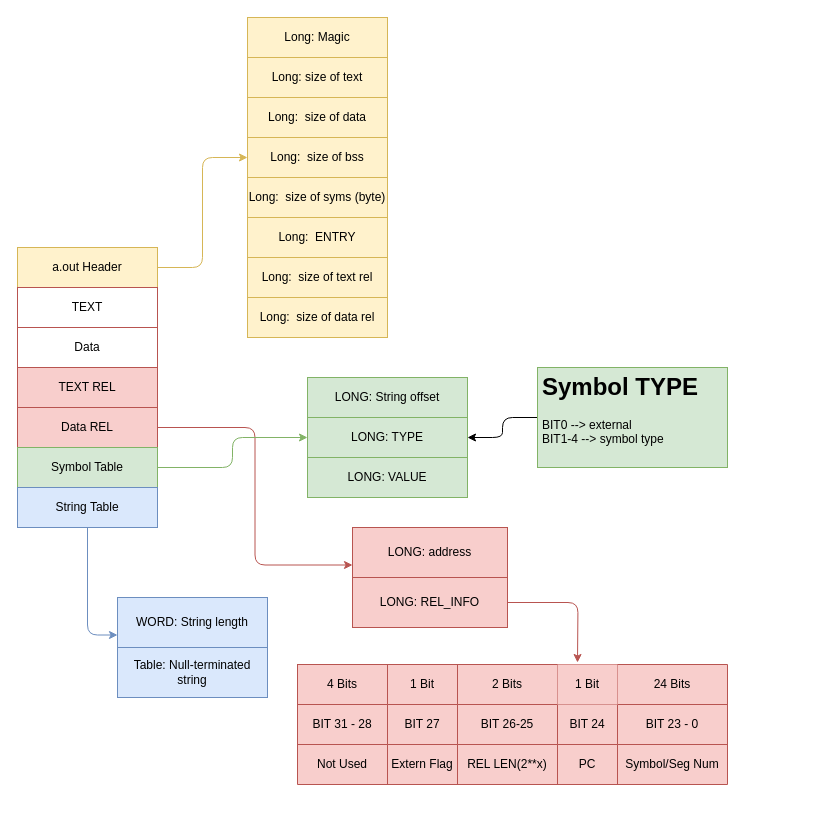
This is page "a.out_gcc140" (2 of 3) of course/images/a.out.drawio from tonywendy80/twOS, a draw.io file, before an edit. Source tidied: cells renumbered, new cells numbered last; positions are measured from the earlier drawing's top-left corner, leaving out a move shared by most shapes. Both pictures are drawn from the tidied source at 100%, with x=0, y=0 at pixel (17, 17).
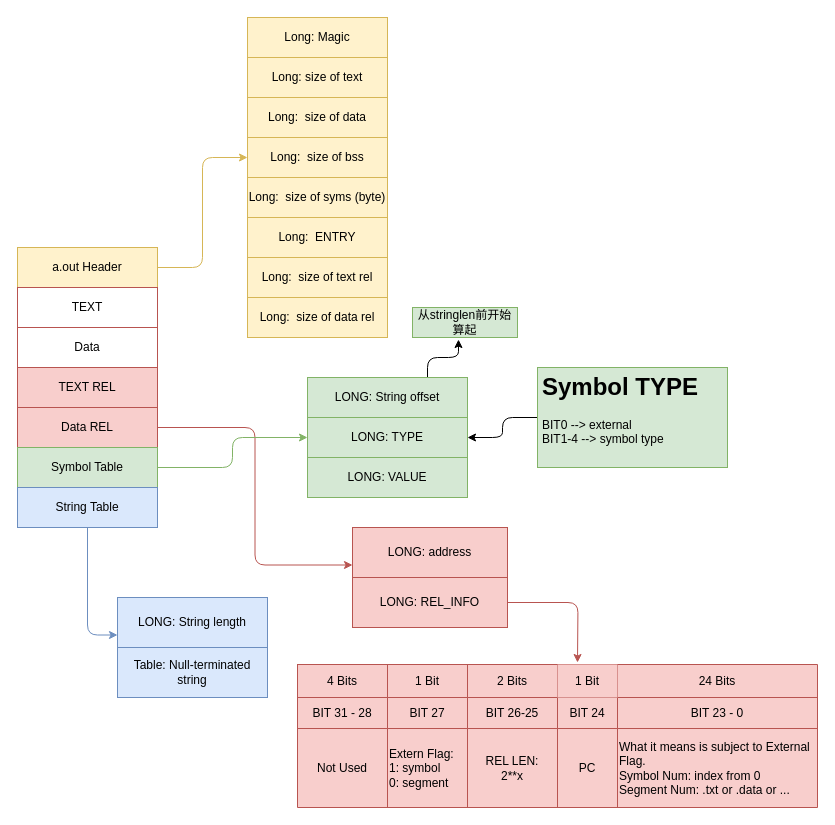
The same page after the edit.

Unchanged cells that the change refers to:
```xml
<mxCell id="22" value="LONG: String offset" style="rounded=0;whiteSpace=wrap;html=1;fontSize=12;strokeColor=#82b366;fillColor=#d5e8d4;" parent="1" vertex="1">
  <mxGeometry x="290" y="360" width="160" height="40" as="geometry" />
</mxCell>
```

The edit, as a diff of the source:
```diff
@@
+    <mxCell id="51" style="edgeStyle=orthogonalEdgeStyle;rounded=1;jettySize=auto;html=1;exitX=0.75;exitY=0;exitDx=0;exitDy=0;entryX=0.438;entryY=1.067;entryDx=0;entryDy=0;entryPerimeter=0;fontSize=12;" parent="1" edge="1" source="22" target="52">
+      <mxGeometry relative="1" as="geometry" />
+    </mxCell>
@@
-    <mxCell id="27" value="WORD: String length" style="rounded=0;whiteSpace=wrap;html=1;fontSize=12;strokeColor=#6c8ebf;fillColor=#dae8fc;" parent="1" vertex="1">
+    <mxCell id="27" value="LONG: String length" style="rounded=0;whiteSpace=wrap;html=1;fontSize=12;strokeColor=#6c8ebf;fillColor=#dae8fc;" parent="1" vertex="1">
       <mxGeometry x="100" y="580" width="150" height="50" as="geometry" />
     </mxCell>
@@
     <mxCell id="32" style="shape=table;html=1;whiteSpace=wrap;startSize=0;childLayout=tableLayout;fontSize=12;strokeColor=#b85450;fillColor=#f8cecc;" parent="1" vertex="1">
-      <mxGeometry x="280" y="647" width="430" height="120" as="geometry" />
+      <mxGeometry x="280" y="647" width="520" height="143" as="geometry" />
     </mxCell>
     <mxCell id="33" style="shape=tableRow;horizontal=0;startSize=0;swimlaneHead=0;swimlaneBody=0;top=0;left=0;bottom=0;right=0;fillColor=none;fontSize=12;strokeColor=#B85450;" parent="32" vertex="1">
-      <mxGeometry width="430" height="40" as="geometry" />
+      <mxGeometry width="520" height="33" as="geometry" />
     </mxCell>
     <mxCell id="34" value="4 Bits" style="shape=partialRectangle;html=1;whiteSpace=wrap;fillColor=none;top=0;left=0;bottom=0;right=0;overflow=hidden;fontSize=12;strokeColor=#B85450;" parent="33" vertex="1">
-      <mxGeometry width="90" height="40" as="geometry" />
+      <mxGeometry width="90" height="33" as="geometry" />
     </mxCell>
     <mxCell id="35" value="1 Bit" style="shape=partialRectangle;html=1;whiteSpace=wrap;fillColor=none;top=0;left=0;bottom=0;right=0;overflow=hidden;fontSize=12;strokeColor=#B85450;" parent="33" vertex="1">
-      <mxGeometry x="90" width="70" height="40" as="geometry" />
+      <mxGeometry x="90" width="80" height="33" as="geometry" />
     </mxCell>
     <mxCell id="36" value="2 Bits" style="shape=partialRectangle;html=1;whiteSpace=wrap;fillColor=none;top=0;left=0;bottom=0;right=0;overflow=hidden;fontSize=12;strokeColor=#B85450;" parent="33" vertex="1">
-      <mxGeometry x="160" width="100" height="40" as="geometry" />
+      <mxGeometry x="170" width="90" height="33" as="geometry" />
     </mxCell>
     <mxCell id="37" value="1 Bit" style="shape=partialRectangle;html=1;whiteSpace=wrap;fillColor=#f8cecc;top=0;left=0;bottom=0;right=0;overflow=hidden;fontSize=12;strokeColor=#b85450;" parent="33" vertex="1">
-      <mxGeometry x="260" width="60" height="40" as="geometry" />
+      <mxGeometry x="260" width="60" height="33" as="geometry" />
     </mxCell>
     <mxCell id="38" value="24 Bits" style="shape=partialRectangle;html=1;whiteSpace=wrap;fillColor=none;top=0;left=0;bottom=0;right=0;overflow=hidden;fontSize=12;strokeColor=#B85450;" parent="33" vertex="1">
-      <mxGeometry x="320" width="110" height="40" as="geometry" />
+      <mxGeometry x="320" width="200" height="33" as="geometry" />
     </mxCell>
     <mxCell id="39" style="shape=tableRow;horizontal=0;startSize=0;swimlaneHead=0;swimlaneBody=0;top=0;left=0;bottom=0;right=0;fillColor=none;fontSize=12;strokeColor=#B85450;" parent="32" vertex="1">
-      <mxGeometry y="40" width="430" height="40" as="geometry" />
+      <mxGeometry y="33" width="520" height="31" as="geometry" />
     </mxCell>
     <mxCell id="40" value="BIT 31 - 28" style="shape=partialRectangle;html=1;whiteSpace=wrap;fillColor=none;top=0;left=0;bottom=0;right=0;overflow=hidden;fontSize=12;strokeColor=#B85450;" parent="39" vertex="1">
-      <mxGeometry width="90" height="40" as="geometry" />
+      <mxGeometry width="90" height="31" as="geometry" />
     </mxCell>
     <mxCell id="41" value="BIT 27" style="shape=partialRectangle;html=1;whiteSpace=wrap;fillColor=none;top=0;left=0;bottom=0;right=0;overflow=hidden;fontSize=12;strokeColor=#B85450;" parent="39" vertex="1">
-      <mxGeometry x="90" width="70" height="40" as="geometry" />
+      <mxGeometry x="90" width="80" height="31" as="geometry" />
     </mxCell>
     <mxCell id="42" value="BIT 26-25" style="shape=partialRectangle;html=1;whiteSpace=wrap;fillColor=none;top=0;left=0;bottom=0;right=0;overflow=hidden;fontSize=12;strokeColor=#B85450;" parent="39" vertex="1">
-      <mxGeometry x="160" width="100" height="40" as="geometry" />
+      <mxGeometry x="170" width="90" height="31" as="geometry" />
     </mxCell>
     <mxCell id="43" value="BIT 24" style="shape=partialRectangle;html=1;whiteSpace=wrap;fillColor=none;top=0;left=0;bottom=0;right=0;overflow=hidden;fontSize=12;strokeColor=#B85450;" parent="39" vertex="1">
-      <mxGeometry x="260" width="60" height="40" as="geometry" />
+      <mxGeometry x="260" width="60" height="31" as="geometry" />
     </mxCell>
     <mxCell id="44" value="BIT 23 - 0" style="shape=partialRectangle;html=1;whiteSpace=wrap;fillColor=none;top=0;left=0;bottom=0;right=0;overflow=hidden;fontSize=12;strokeColor=#B85450;" parent="39" vertex="1">
-      <mxGeometry x="320" width="110" height="40" as="geometry" />
+      <mxGeometry x="320" width="200" height="31" as="geometry" />
     </mxCell>
     <mxCell id="45" style="shape=tableRow;horizontal=0;startSize=0;swimlaneHead=0;swimlaneBody=0;top=0;left=0;bottom=0;right=0;fillColor=none;fontSize=12;strokeColor=#B85450;" parent="32" vertex="1">
-      <mxGeometry y="80" width="430" height="40" as="geometry" />
+      <mxGeometry y="64" width="520" height="79" as="geometry" />
     </mxCell>
     <mxCell id="46" value="Not Used" style="shape=partialRectangle;html=1;whiteSpace=wrap;fillColor=none;top=0;left=0;bottom=0;right=0;overflow=hidden;fontSize=12;strokeColor=#B85450;" parent="45" vertex="1">
-      <mxGeometry width="90" height="40" as="geometry" />
+      <mxGeometry width="90" height="79" as="geometry" />
     </mxCell>
-    <mxCell id="47" value="Extern Flag" style="shape=partialRectangle;html=1;whiteSpace=wrap;fillColor=none;top=0;left=0;bottom=0;right=0;overflow=hidden;fontSize=12;strokeColor=#B85450;" parent="45" vertex="1">
-      <mxGeometry x="90" width="70" height="40" as="geometry" />
+    <mxCell id="47" value="Extern Flag:&lt;br&gt;1: symbol&lt;br&gt;&lt;div style=&quot;&quot;&gt;&lt;span style=&quot;background-color: initial;&quot;&gt;0: segment&lt;/span&gt;&lt;/div&gt;" style="shape=partialRectangle;html=1;whiteSpace=wrap;fillColor=none;top=0;left=0;bottom=0;right=0;overflow=hidden;fontSize=12;strokeColor=#B85450;align=left;" parent="45" vertex="1">
+      <mxGeometry x="90" width="80" height="79" as="geometry" />
     </mxCell>
-    <mxCell id="48" value="REL LEN(2**x)" style="shape=partialRectangle;html=1;whiteSpace=wrap;fillColor=none;top=0;left=0;bottom=0;right=0;overflow=hidden;fontSize=12;strokeColor=#B85450;" parent="45" vertex="1">
-      <mxGeometry x="160" width="100" height="40" as="geometry" />
+    <mxCell id="48" value="REL LEN: &lt;br&gt;2**x" style="shape=partialRectangle;html=1;whiteSpace=wrap;fillColor=none;top=0;left=0;bottom=0;right=0;overflow=hidden;fontSize=12;strokeColor=#B85450;" parent="45" vertex="1">
+      <mxGeometry x="170" width="90" height="79" as="geometry" />
     </mxCell>
     <mxCell id="49" value="PC" style="shape=partialRectangle;html=1;whiteSpace=wrap;fillColor=none;top=0;left=0;bottom=0;right=0;overflow=hidden;fontSize=12;strokeColor=#B85450;" parent="45" vertex="1">
-      <mxGeometry x="260" width="60" height="40" as="geometry" />
+      <mxGeometry x="260" width="60" height="79" as="geometry" />
     </mxCell>
-    <mxCell id="50" value="Symbol/Seg Num" style="shape=partialRectangle;html=1;whiteSpace=wrap;fillColor=none;top=0;left=0;bottom=0;right=0;overflow=hidden;fontSize=12;strokeColor=#B85450;" parent="45" vertex="1">
-      <mxGeometry x="320" width="110" height="40" as="geometry" />
+    <mxCell id="50" value="&lt;span style=&quot;background-color: initial;&quot;&gt;What it means is subject to External Flag.&amp;nbsp;&lt;br&gt;Symbol Num: index from 0&lt;/span&gt;&lt;br&gt;&lt;span style=&quot;background-color: initial;&quot;&gt;Segment Num: .txt or .data or ...&lt;/span&gt;" style="shape=partialRectangle;html=1;whiteSpace=wrap;fillColor=none;top=0;left=0;bottom=0;right=0;overflow=hidden;fontSize=12;strokeColor=#B85450;align=left;" parent="45" vertex="1">
+      <mxGeometry x="320" width="200" height="79" as="geometry" />
     </mxCell>
+    <mxCell id="52" value="从stringlen前开始算起" style="text;html=1;strokeColor=#82b366;fillColor=#d5e8d4;align=center;verticalAlign=middle;whiteSpace=wrap;rounded=0;fontSize=12;" parent="1" vertex="1">
+      <mxGeometry x="395" y="290" width="105" height="30" as="geometry" />
+    </mxCell>
```
